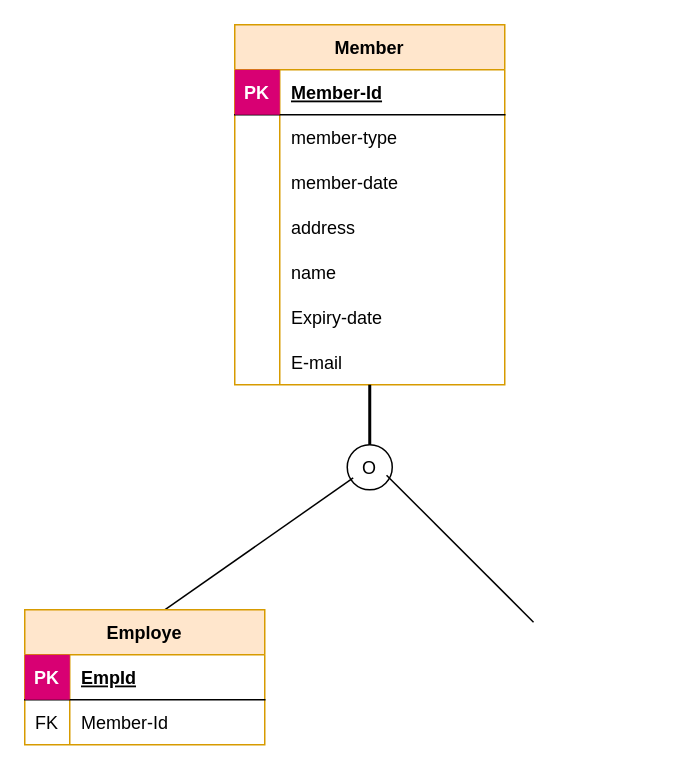
Above: Untitled Diagram.drawio in shahin-servati/Todolost (draw.io), before the change. Source tidied: cells renumbered, new cells numbered last; positions are measured from the earlier drawing's top-left corner, leaving out a move shared by most shapes. Both pictures are drawn from the tidied source at 150%, with x=0, y=0 at pixel (24, 24).
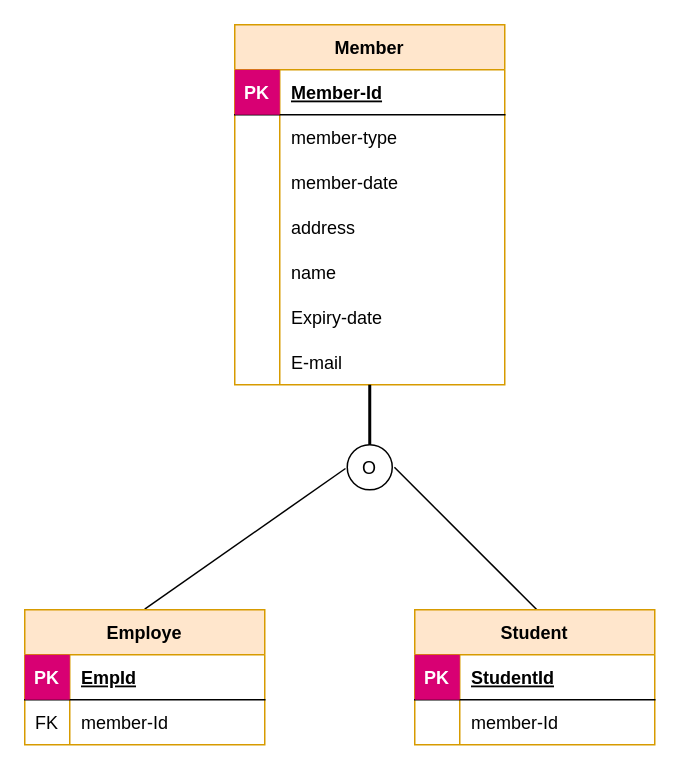
The same page after the edit.

The change refers to these unchanged cells:
```xml
<mxCell id="32" style="shape=partialRectangle;fillColor=none;top=0;left=0;bottom=0;right=0;" parent="28" vertex="1">
  <mxGeometry y="60" width="160" height="30" as="geometry" />
</mxCell>
```

Diff of the diagram source:
```diff
@@
     <mxCell id="26" style="line;strokeWidth=1;direction=south;html=1;shadow=0;labelBackgroundColor=none;rotation=55;" parent="1" vertex="1">
-      <mxGeometry x="149" y="268.3" width="10" height="158.6" as="geometry" />
+      <mxGeometry x="141.9" y="261" width="10" height="163.4" as="geometry" />
     </mxCell>
     <mxCell id="27" style="line;strokeWidth=1;direction=south;html=1;shadow=0;labelBackgroundColor=none;rotation=-45;" parent="1" vertex="1">
-      <mxGeometry x="285.2" y="280" width="10" height="138.6" as="geometry" />
+      <mxGeometry x="292.2" y="275.1" width="4.8" height="136.2" as="geometry" />
     </mxCell>
@@
-    <mxCell id="34" value="Member-Id" style="shape=partialRectangle;fillColor=none;top=0;left=0;bottom=0;right=0;align=left;spacingLeft=6;overflow=hidden;" parent="32" vertex="1">
+    <mxCell id="34" value="member-Id" style="shape=partialRectangle;fillColor=none;top=0;left=0;bottom=0;right=0;align=left;spacingLeft=6;overflow=hidden;" parent="32" vertex="1">
       <mxGeometry x="30" width="130" height="30" as="geometry" />
     </mxCell>
+    <mxCell id="35" value="Student" style="shape=table;startSize=30;childLayout=tableLayout;rowLines=0;fontStyle=1;align=center;shadow=0;labelBackgroundColor=none;strokeWidth=1;fillColor=#ffe6cc;strokeColor=#d79b00;" parent="1" vertex="1">
+      <mxGeometry x="260" y="390" width="160" height="90" as="geometry" />
+    </mxCell>
+    <mxCell id="36" style="shape=partialRectangle;fillColor=none;top=0;left=0;bottom=1;right=0;" parent="35" vertex="1">
+      <mxGeometry y="30" width="160" height="30" as="geometry" />
+    </mxCell>
+    <mxCell id="37" value="PK" style="shape=partialRectangle;fillColor=#d80073;top=0;left=0;bottom=0;right=0;fontStyle=1;overflow=hidden;strokeColor=#A50040;fontColor=#ffffff;" parent="36" vertex="1">
+      <mxGeometry width="30" height="30" as="geometry" />
+    </mxCell>
+    <mxCell id="38" value="StudentId" style="shape=partialRectangle;fillColor=none;top=0;left=0;bottom=0;right=0;align=left;spacingLeft=6;fontStyle=5;overflow=hidden;" parent="36" vertex="1">
+      <mxGeometry x="30" width="130" height="30" as="geometry" />
+    </mxCell>
+    <mxCell id="39" style="shape=partialRectangle;fillColor=none;top=0;left=0;bottom=0;right=0;" parent="35" vertex="1">
+      <mxGeometry y="60" width="160" height="30" as="geometry" />
+    </mxCell>
+    <mxCell id="40" style="shape=partialRectangle;fillColor=none;top=0;left=0;bottom=0;right=0;overflow=hidden;" parent="39" vertex="1">
+      <mxGeometry width="30" height="30" as="geometry" />
+    </mxCell>
+    <mxCell id="41" value="member-Id" style="shape=partialRectangle;fillColor=none;top=0;left=0;bottom=0;right=0;align=left;spacingLeft=6;overflow=hidden;" parent="39" vertex="1">
+      <mxGeometry x="30" width="130" height="30" as="geometry" />
+    </mxCell>
```
